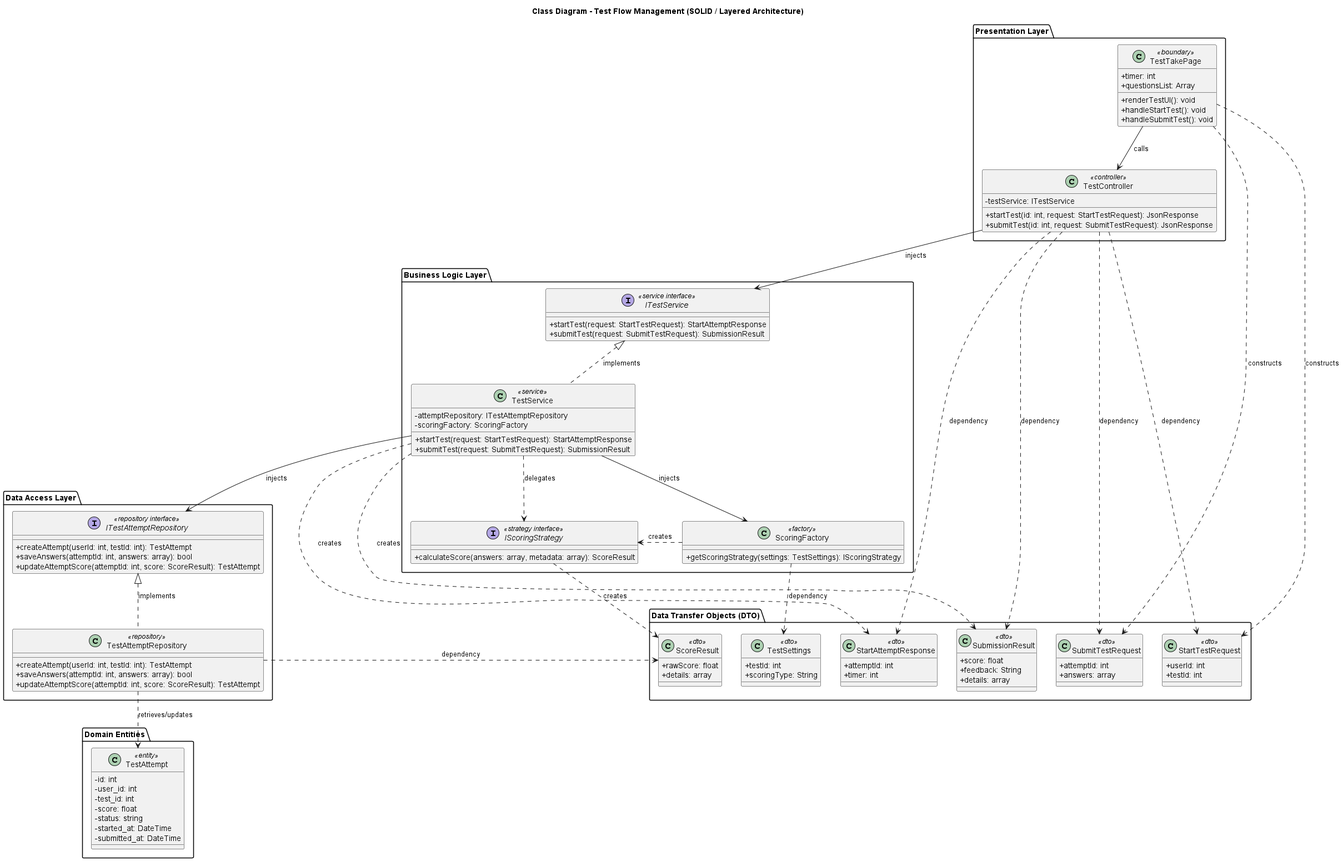
The PlantUML diagram out/resources/uml không màu/test_flow/test_flow_class_diagram.png in Faythpromax/E-Learning, before a commit. Its diagram source:
```plantuml
@startuml test_flow_class_diagram
skinparam componentStyle rectangle
skinparam classAttributeIconSize 0

title Class Diagram - Test Flow Management (SOLID / Layered Architecture)

package "Presentation Layer" {
    class TestTakePage <<boundary>> {
        +timer: int
        +questionsList: Array
        +renderTestUI(): void
        +handleStartTest(): void
        +handleSubmitTest(): void
    }

    class TestController <<controller>> {
        -testService: ITestService
        +startTest(id: int, request: StartTestRequest): JsonResponse
        +submitTest(id: int, request: SubmitTestRequest): JsonResponse
    }
}

package "Business Logic Layer" {
    interface ITestService <<service interface>> {
        +startTest(request: StartTestRequest): StartAttemptResponse
        +submitTest(request: SubmitTestRequest): SubmissionResult
    }

    class TestService <<service>> {
        -attemptRepository: ITestAttemptRepository
        -scoringFactory: ScoringFactory
        +startTest(request: StartTestRequest): StartAttemptResponse
        +submitTest(request: SubmitTestRequest): SubmissionResult
    }

    class ScoringFactory <<factory>> {
        +getScoringStrategy(settings: TestSettings): IScoringStrategy
    }

    interface IScoringStrategy <<strategy interface>> {
        +calculateScore(answers: array, metadata: array): ScoreResult
    }
}

package "Data Access Layer" {
    interface ITestAttemptRepository <<repository interface>> {
        +createAttempt(userId: int, testId: int): TestAttempt
        +saveAnswers(attemptId: int, answers: array): bool
        +updateAttemptScore(attemptId: int, score: ScoreResult): TestAttempt
    }

    class TestAttemptRepository <<repository>> {
        +createAttempt(userId: int, testId: int): TestAttempt
        +saveAnswers(attemptId: int, answers: array): bool
        +updateAttemptScore(attemptId: int, score: ScoreResult): TestAttempt
    }
}

package "Data Transfer Objects (DTO)" {
    class StartTestRequest <<dto>> {
        +userId: int
        +testId: int
    }

    class StartAttemptResponse <<dto>> {
        +attemptId: int
        +timer: int
    }

    class SubmitTestRequest <<dto>> {
        +attemptId: int
        +answers: array
    }

    class ScoreResult <<dto>> {
        +rawScore: float
        +details: array
    }

    class SubmissionResult <<dto>> {
        +score: float
        +feedback: String
        +details: array
    }

    class TestSettings <<dto>> {
        +testId: int
        +scoringType: String
    }
}

package "Domain Entities" {
    class TestAttempt <<entity>> {
        -id: int
        -user_id: int
        -test_id: int
        -score: float
        -status: string
        -started_at: DateTime
        -submitted_at: DateTime
    }
}


TestTakePage ..> StartTestRequest : constructs
TestTakePage ..> SubmitTestRequest : constructs
TestTakePage --> TestController : calls

TestController --> ITestService : injects
TestController ..> StartTestRequest : dependency
TestController ..> SubmitTestRequest : dependency
TestController ..> StartAttemptResponse : dependency
TestController ..> SubmissionResult : dependency

TestService .up.|> ITestService : implements
TestService --> ITestAttemptRepository : injects
TestService --> ScoringFactory : injects
TestService ..> StartAttemptResponse : creates
TestService ..> SubmissionResult : creates

ScoringFactory .right.> IScoringStrategy : creates
TestService ..> IScoringStrategy : delegates
IScoringStrategy ..> ScoreResult : creates
ScoringFactory ..> TestSettings : dependency

TestAttemptRepository .up.|> ITestAttemptRepository : implements
TestAttemptRepository ..> TestAttempt : retrieves/updates
TestAttemptRepository ..> ScoreResult : dependency

@enduml
```
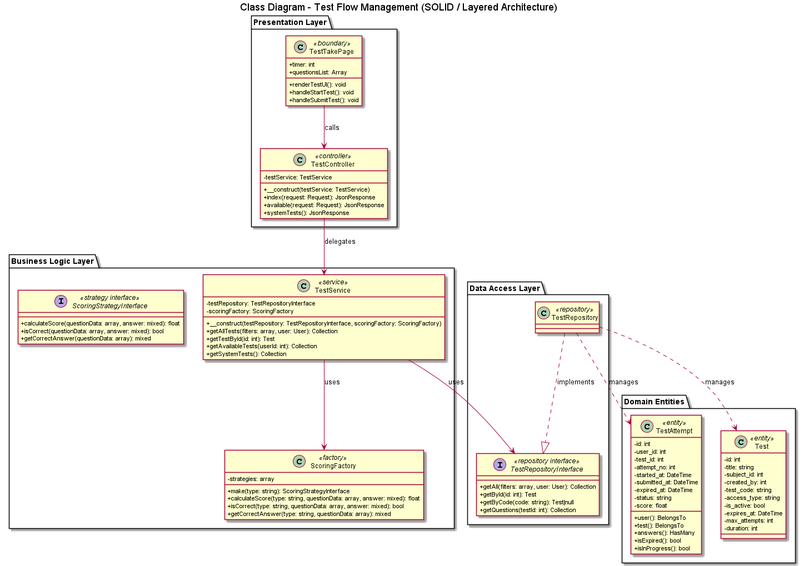
After the change.

Change to the diagram source:
```diff
@@ -14,78 +14,49 @@
     }
 
     class TestController <<controller>> {
-        -testService: ITestService
-        +startTest(id: int, request: StartTestRequest): JsonResponse
-        +submitTest(id: int, request: SubmitTestRequest): JsonResponse
+        -testService: TestService
+        +__construct(testService: TestService)
+        +index(request: Request): JsonResponse
+        +available(request: Request): JsonResponse
+        +systemTests(): JsonResponse
     }
 }
 
 package "Business Logic Layer" {
-    interface ITestService <<service interface>> {
-        +startTest(request: StartTestRequest): StartAttemptResponse
-        +submitTest(request: SubmitTestRequest): SubmissionResult
-    }
-
     class TestService <<service>> {
-        -attemptRepository: ITestAttemptRepository
+        -testRepository: TestRepositoryInterface
         -scoringFactory: ScoringFactory
-        +startTest(request: StartTestRequest): StartAttemptResponse
-        +submitTest(request: SubmitTestRequest): SubmissionResult
+        +__construct(testRepository: TestRepositoryInterface, scoringFactory: ScoringFactory)
+        +getAllTests(filters: array, user: User): Collection
+        +getTestById(id: int): Test
+        +getAvailableTests(userId: int): Collection
+        +getSystemTests(): Collection
     }
 
     class ScoringFactory <<factory>> {
-        +getScoringStrategy(settings: TestSettings): IScoringStrategy
+        -strategies: array
+        +make(type: string): ScoringStrategyInterface
+        +calculateScore(type: string, questionData: array, answer: mixed): float
+        +isCorrect(type: string, questionData: array, answer: mixed): bool
+        +getCorrectAnswer(type: string, questionData: array): mixed
     }
 
-    interface IScoringStrategy <<strategy interface>> {
-        +calculateScore(answers: array, metadata: array): ScoreResult
+    interface ScoringStrategyInterface <<strategy interface>> {
+        +calculateScore(questionData: array, answer: mixed): float
+        +isCorrect(questionData: array, answer: mixed): bool
+        +getCorrectAnswer(questionData: array): mixed
     }
 }
 
 package "Data Access Layer" {
-    interface ITestAttemptRepository <<repository interface>> {
-        +createAttempt(userId: int, testId: int): TestAttempt
-        +saveAnswers(attemptId: int, answers: array): bool
-        +updateAttemptScore(attemptId: int, score: ScoreResult): TestAttempt
+    interface TestRepositoryInterface <<repository interface>> {
+        +getAll(filters: array, user: User): Collection
+        +getById(id: int): Test
+        +getByCode(code: string): Test|null
+        +getQuestions(testId: int): Collection
     }
 
-    class TestAttemptRepository <<repository>> {
-        +createAttempt(userId: int, testId: int): TestAttempt
-        +saveAnswers(attemptId: int, answers: array): bool
-        +updateAttemptScore(attemptId: int, score: ScoreResult): TestAttempt
-    }
-}
-
-package "Data Transfer Objects (DTO)" {
-    class StartTestRequest <<dto>> {
-        +userId: int
-        +testId: int
-    }
-
-    class StartAttemptResponse <<dto>> {
-        +attemptId: int
-        +timer: int
-    }
-
-    class SubmitTestRequest <<dto>> {
-        +attemptId: int
-        +answers: array
-    }
-
-    class ScoreResult <<dto>> {
-        +rawScore: float
-        +details: array
-    }
-
-    class SubmissionResult <<dto>> {
-        +score: float
-        +feedback: String
-        +details: array
-    }
-
-    class TestSettings <<dto>> {
-        +testId: int
-        +scoringType: String
+    class TestRepository <<repository>> {
     }
 }
 
@@ -94,37 +65,44 @@
         -id: int
         -user_id: int
         -test_id: int
-        -score: float
-        -status: string
+        -attempt_no: int
         -started_at: DateTime
         -submitted_at: DateTime
+        -expired_at: DateTime
+        -status: string
+        -score: float
+        +user(): BelongsTo
+        +test(): BelongsTo
+        +answers(): HasMany
+        +isExpired(): bool
+        +isInProgress(): bool
+    }
+
+    class Test <<entity>> {
+        -id: int
+        -title: string
+        -subject_id: int
+        -created_by: int
+        -test_code: string
+        -access_type: string
+        -is_active: bool
+        -expires_at: DateTime
+        -max_attempts: int
+        -duration: int
     }
 }
 
 
-TestTakePage ..> StartTestRequest : constructs
-TestTakePage ..> SubmitTestRequest : constructs
 TestTakePage --> TestController : calls
 
-TestController --> ITestService : injects
-TestController ..> StartTestRequest : dependency
-TestController ..> SubmitTestRequest : dependency
-TestController ..> StartAttemptResponse : dependency
-TestController ..> SubmissionResult : dependency
+TestController --> TestService : delegates
 
-TestService .up.|> ITestService : implements
-TestService --> ITestAttemptRepository : injects
-TestService --> ScoringFactory : injects
-TestService ..> StartAttemptResponse : creates
-TestService ..> SubmissionResult : creates
+TestService --> TestRepositoryInterface : uses
+TestService --> ScoringFactory : uses
 
-ScoringFactory .right.> IScoringStrategy : creates
-TestService ..> IScoringStrategy : delegates
-IScoringStrategy ..> ScoreResult : creates
-ScoringFactory ..> TestSettings : dependency
+TestRepository ..|> TestRepositoryInterface : implements
 
-TestAttemptRepository .up.|> ITestAttemptRepository : implements
-TestAttemptRepository ..> TestAttempt : retrieves/updates
-TestAttemptRepository ..> ScoreResult : dependency
+TestRepository ..> TestAttempt : manages
+TestRepository ..> Test : manages
 
 @enduml
```
